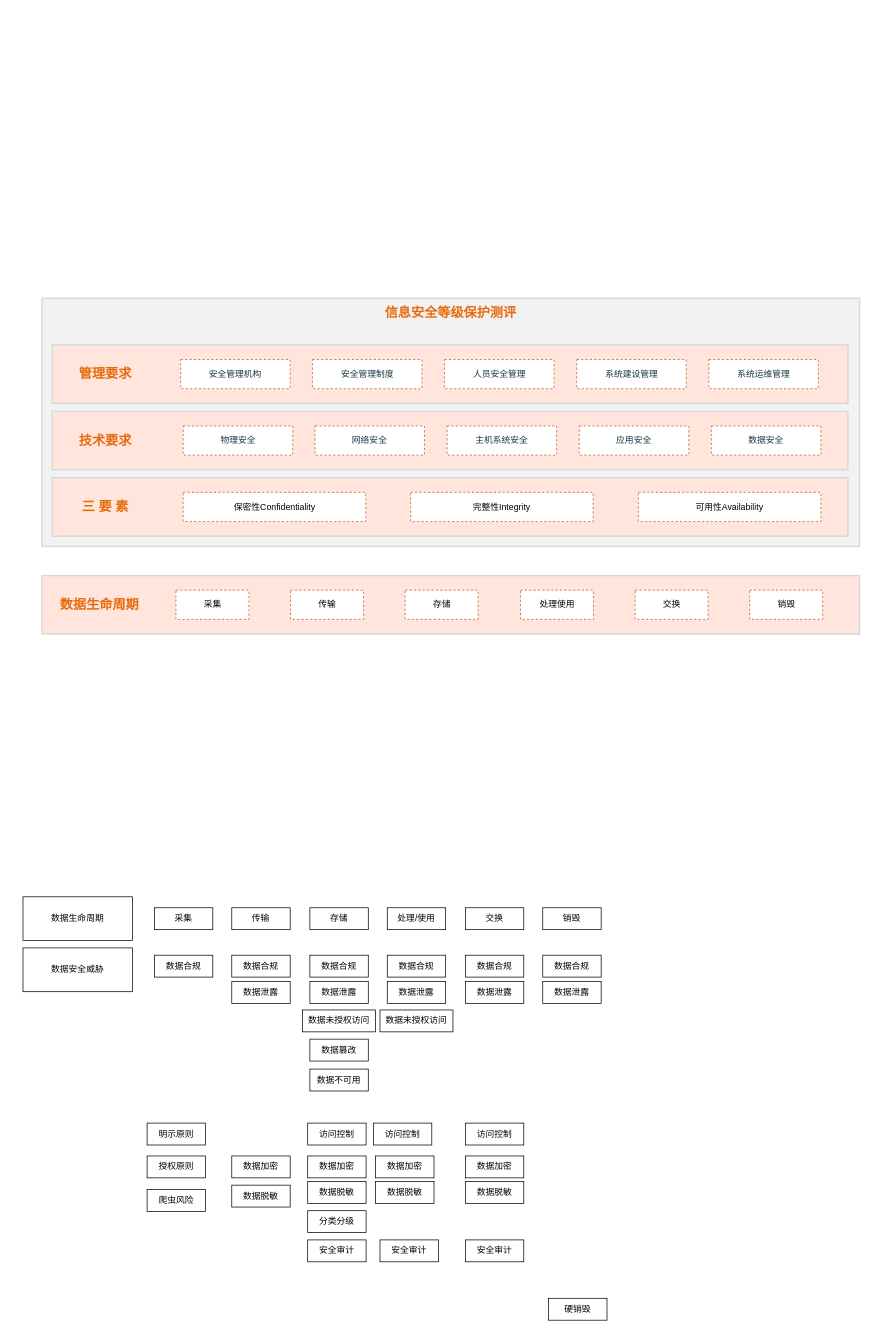
Earlier version of the draw.io diagram 数据安全.drawio (xingzhihe/hello-world). Source tidied: cells renumbered, new cells numbered last; positions are measured from the earlier drawing's top-left corner, leaving out a move shared by most shapes. Both pictures are drawn from the tidied source at 73%, with x=0, y=0 at pixel (23, 298).
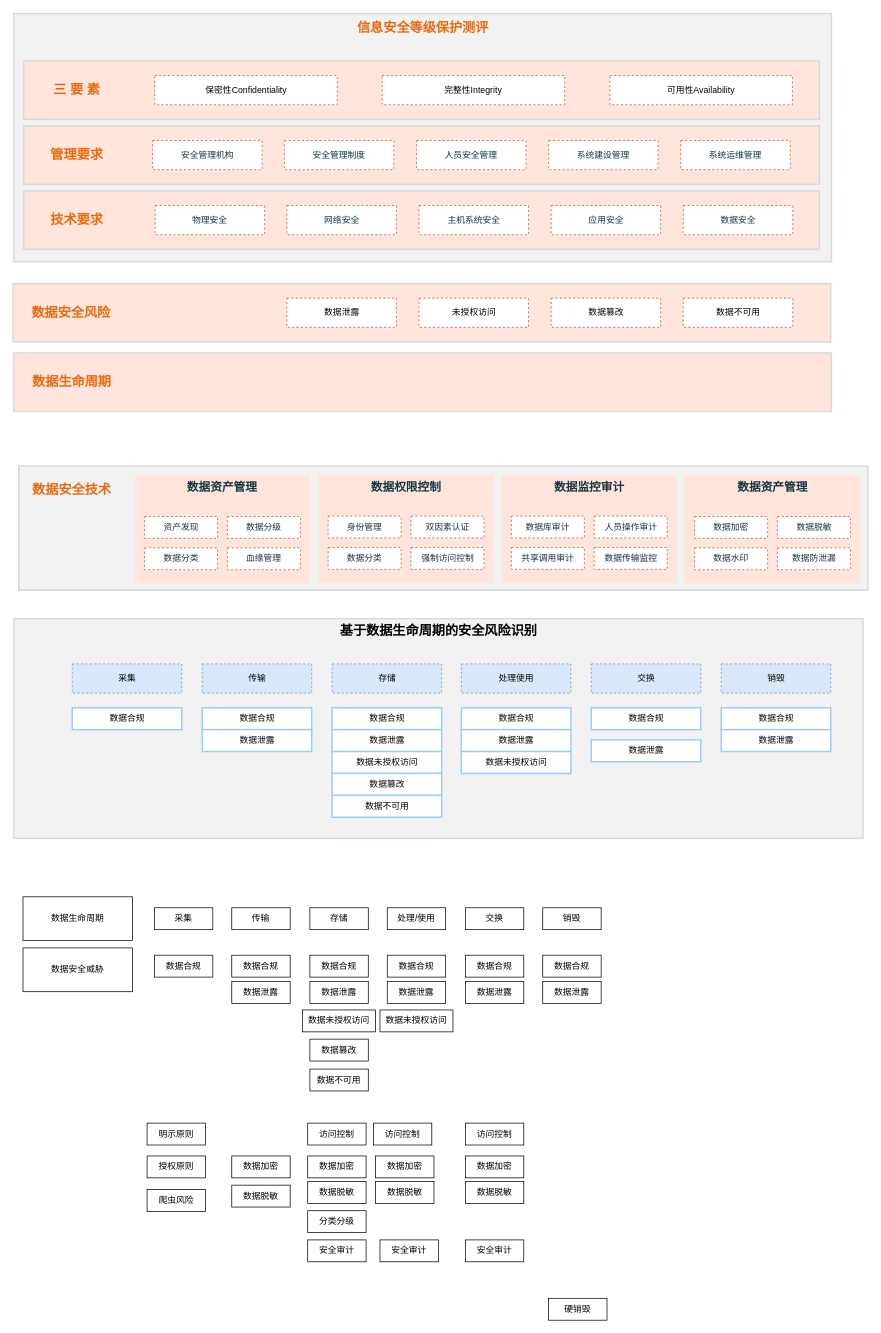
The same diagram, later.

Commit message (it also covers changes not shown here):
更新数据安全.drawio

Diff of the diagram source:
```diff
@@
+    <mxCell id="73" value="基于数据生命周期的安全风险识别" style="whiteSpace=wrap;html=1;fontSize=18;fontStyle=1;strokeWidth=2;fillColor=#F2F2F2;strokeColor=#D9D9D9;verticalAlign=top;" parent="1" vertex="1">
+      <mxGeometry x="-12.5" y="439" width="1163.2" height="301" as="geometry" />
+    </mxCell>
     <mxCell id="2" style="whiteSpace=wrap;html=1;fillColor=#FFE5DB;strokeColor=#D9D9D9;fontSize=18;fontStyle=1;fontColor=#143642;strokeWidth=2;" parent="1" vertex="1">
-      <mxGeometry x="26" y="380" width="1120" height="80" as="geometry" />
+      <mxGeometry x="-12.5" y="75" width="1120" height="80" as="geometry" />
     </mxCell>
     <mxCell id="3" style="whiteSpace=wrap;html=1;fontSize=18;fontStyle=1;strokeWidth=2;fillColor=#F2F2F2;strokeColor=#D9D9D9;" parent="1" vertex="1">
-      <mxGeometry x="26" width="1120" height="340" as="geometry" />
+      <mxGeometry x="-12.5" y="-390" width="1120" height="340" as="geometry" />
     </mxCell>
@@
     <mxCell id="46" value="信息安全等级保护测评" style="whiteSpace=wrap;html=1;fillColor=none;strokeColor=none;fontStyle=1;fontSize=18;fontColor=#E66B0F;" parent="1" vertex="1">
-      <mxGeometry x="467" width="238" height="40" as="geometry" />
+      <mxGeometry x="428.5" y="-390" width="238" height="40" as="geometry" />
     </mxCell>
     <mxCell id="47" style="whiteSpace=wrap;html=1;fillColor=#FFE5DB;strokeColor=#D9D9D9;fontSize=18;fontStyle=1;fontColor=#143642;strokeWidth=2;" parent="1" vertex="1">
-      <mxGeometry x="40" y="155" width="1090" height="80" as="geometry" />
+      <mxGeometry x="1" y="-147" width="1090" height="80" as="geometry" />
     </mxCell>
     <mxCell id="48" value="技术要求" style="whiteSpace=wrap;html=1;fillColor=none;strokeColor=none;fontSize=18;fontStyle=1;fontColor=#E66B0F;" parent="1" vertex="1">
-      <mxGeometry x="52.5" y="175" width="120" height="40" as="geometry" />
+      <mxGeometry x="14" y="-127" width="120" height="40" as="geometry" />
     </mxCell>
     <mxCell id="49" value="&lt;span style=&quot;color: rgb(20 , 54 , 66)&quot;&gt;物理安全&lt;/span&gt;" style="whiteSpace=wrap;html=1;strokeColor=#BB5933;dashed=1;" parent="1" vertex="1">
-      <mxGeometry x="219.5" y="175" width="150" height="40" as="geometry" />
+      <mxGeometry x="181" y="-127" width="150" height="40" as="geometry" />
     </mxCell>
     <mxCell id="50" value="&lt;span style=&quot;color: rgb(20 , 54 , 66)&quot;&gt;网络安全&lt;/span&gt;" style="whiteSpace=wrap;html=1;strokeColor=#BB5933;dashed=1;" parent="1" vertex="1">
-      <mxGeometry x="400" y="175" width="150" height="40" as="geometry" />
+      <mxGeometry x="361.5" y="-127" width="150" height="40" as="geometry" />
     </mxCell>
     <mxCell id="51" value="&lt;span style=&quot;color: rgb(20 , 54 , 66)&quot;&gt;主机系统安全&lt;/span&gt;" style="whiteSpace=wrap;html=1;strokeColor=#BB5933;dashed=1;" parent="1" vertex="1">
-      <mxGeometry x="581" y="175" width="150" height="40" as="geometry" />
+      <mxGeometry x="542.5" y="-127" width="150" height="40" as="geometry" />
     </mxCell>
     <mxCell id="52" value="&lt;span style=&quot;color: rgb(20 , 54 , 66)&quot;&gt;应用安全&lt;/span&gt;" style="whiteSpace=wrap;html=1;strokeColor=#BB5933;dashed=1;" parent="1" vertex="1">
-      <mxGeometry x="762" y="175" width="150" height="40" as="geometry" />
+      <mxGeometry x="723.5" y="-127" width="150" height="40" as="geometry" />
     </mxCell>
     <mxCell id="53" value="&lt;span style=&quot;color: rgb(20 , 54 , 66)&quot;&gt;数据安全&lt;/span&gt;" style="whiteSpace=wrap;html=1;strokeColor=#BB5933;dashed=1;" parent="1" vertex="1">
-      <mxGeometry x="943" y="175" width="150" height="40" as="geometry" />
+      <mxGeometry x="904.5" y="-127" width="150" height="40" as="geometry" />
     </mxCell>
     <mxCell id="54" value="数据生命周期" style="whiteSpace=wrap;html=1;fillColor=none;strokeColor=none;fontSize=18;fontStyle=1;fontColor=#E66B0F;" parent="1" vertex="1">
-      <mxGeometry x="45" y="400" width="120" height="40" as="geometry" />
+      <mxGeometry x="6.5" y="95" width="120" height="40" as="geometry" />
     </mxCell>
-    <mxCell id="55" value="采集" style="whiteSpace=wrap;html=1;strokeColor=#BB5933;dashed=1;" parent="1" vertex="1">
-      <mxGeometry x="209.5" y="400" width="100" height="40" as="geometry" />
+    <mxCell id="55" value="采集" style="whiteSpace=wrap;html=1;strokeColor=#6c8ebf;dashed=1;fillColor=#dae8fc;" parent="1" vertex="1">
+      <mxGeometry x="67.5" y="501" width="150" height="40" as="geometry" />
     </mxCell>
-    <mxCell id="56" value="传输" style="whiteSpace=wrap;html=1;strokeColor=#BB5933;dashed=1;" parent="1" vertex="1">
-      <mxGeometry x="366.5" y="400" width="100" height="40" as="geometry" />
+    <mxCell id="56" value="传输" style="whiteSpace=wrap;html=1;strokeColor=#6c8ebf;dashed=1;fillColor=#dae8fc;" parent="1" vertex="1">
+      <mxGeometry x="245.5" y="501" width="150" height="40" as="geometry" />
     </mxCell>
-    <mxCell id="57" value="存储" style="whiteSpace=wrap;html=1;strokeColor=#BB5933;dashed=1;" parent="1" vertex="1">
-      <mxGeometry x="523.5" y="400" width="100" height="40" as="geometry" />
+    <mxCell id="57" value="存储" style="whiteSpace=wrap;html=1;strokeColor=#6c8ebf;dashed=1;fillColor=#dae8fc;" parent="1" vertex="1">
+      <mxGeometry x="423.5" y="501" width="150" height="40" as="geometry" />
     </mxCell>
-    <mxCell id="58" value="处理使用" style="whiteSpace=wrap;html=1;strokeColor=#BB5933;dashed=1;" parent="1" vertex="1">
-      <mxGeometry x="681.5" y="400" width="100" height="40" as="geometry" />
+    <mxCell id="58" value="处理使用" style="whiteSpace=wrap;html=1;strokeColor=#6c8ebf;dashed=1;fillColor=#dae8fc;" parent="1" vertex="1">
+      <mxGeometry x="600.5" y="501" width="150" height="40" as="geometry" />
     </mxCell>
-    <mxCell id="59" value="交换" style="whiteSpace=wrap;html=1;strokeColor=#BB5933;dashed=1;" parent="1" vertex="1">
-      <mxGeometry x="838.5" y="400" width="100" height="40" as="geometry" />
+    <mxCell id="59" value="交换" style="whiteSpace=wrap;html=1;strokeColor=#6c8ebf;dashed=1;fillColor=#dae8fc;" parent="1" vertex="1">
+      <mxGeometry x="778.5" y="501" width="150" height="40" as="geometry" />
     </mxCell>
-    <mxCell id="60" value="销毁" style="whiteSpace=wrap;html=1;strokeColor=#BB5933;dashed=1;" parent="1" vertex="1">
-      <mxGeometry x="995.5" y="400" width="100" height="40" as="geometry" />
+    <mxCell id="60" value="销毁" style="whiteSpace=wrap;html=1;strokeColor=#6c8ebf;dashed=1;fillColor=#dae8fc;" parent="1" vertex="1">
+      <mxGeometry x="956.5" y="501" width="150" height="40" as="geometry" />
     </mxCell>
     <mxCell id="61" style="whiteSpace=wrap;html=1;fillColor=#FFE5DB;strokeColor=#D9D9D9;fontSize=18;fontStyle=1;fontColor=#143642;strokeWidth=2;" parent="1" vertex="1">
-      <mxGeometry x="40" y="64" width="1090" height="80" as="geometry" />
+      <mxGeometry x="1" y="-236" width="1090" height="80" as="geometry" />
     </mxCell>
     <mxCell id="62" value="管理要求" style="whiteSpace=wrap;html=1;fillColor=none;strokeColor=none;fontSize=18;fontStyle=1;fontColor=#E66B0F;" parent="1" vertex="1">
-      <mxGeometry x="52.5" y="84" width="120" height="40" as="geometry" />
+      <mxGeometry x="14" y="-216" width="120" height="40" as="geometry" />
     </mxCell>
     <mxCell id="63" value="&lt;span style=&quot;color: rgb(20 , 54 , 66)&quot;&gt;安全管理机构&lt;/span&gt;" style="whiteSpace=wrap;html=1;strokeColor=#BB5933;dashed=1;" parent="1" vertex="1">
-      <mxGeometry x="216" y="84" width="150" height="40" as="geometry" />
+      <mxGeometry x="177.5" y="-216" width="150" height="40" as="geometry" />
     </mxCell>
     <mxCell id="64" value="&lt;span style=&quot;color: rgb(20 , 54 , 66)&quot;&gt;安全管理制度&lt;/span&gt;" style="whiteSpace=wrap;html=1;strokeColor=#BB5933;dashed=1;" parent="1" vertex="1">
-      <mxGeometry x="396.5" y="84" width="150" height="40" as="geometry" />
+      <mxGeometry x="358" y="-216" width="150" height="40" as="geometry" />
     </mxCell>
     <mxCell id="65" value="&lt;span style=&quot;color: rgb(20 , 54 , 66)&quot;&gt;人员安全管理&lt;/span&gt;" style="whiteSpace=wrap;html=1;strokeColor=#BB5933;dashed=1;" parent="1" vertex="1">
-      <mxGeometry x="577.5" y="84" width="150" height="40" as="geometry" />
+      <mxGeometry x="539" y="-216" width="150" height="40" as="geometry" />
     </mxCell>
     <mxCell id="66" value="&lt;span style=&quot;color: rgb(20 , 54 , 66)&quot;&gt;系统建设管理&lt;/span&gt;" style="whiteSpace=wrap;html=1;strokeColor=#BB5933;dashed=1;" parent="1" vertex="1">
-      <mxGeometry x="758.5" y="84" width="150" height="40" as="geometry" />
+      <mxGeometry x="720" y="-216" width="150" height="40" as="geometry" />
     </mxCell>
     <mxCell id="67" value="&lt;span style=&quot;color: rgb(20 , 54 , 66)&quot;&gt;系统运维管理&lt;/span&gt;" style="whiteSpace=wrap;html=1;strokeColor=#BB5933;dashed=1;" parent="1" vertex="1">
-      <mxGeometry x="939.5" y="84" width="150" height="40" as="geometry" />
+      <mxGeometry x="901" y="-216" width="150" height="40" as="geometry" />
     </mxCell>
     <mxCell id="68" style="whiteSpace=wrap;html=1;fillColor=#FFE5DB;strokeColor=#D9D9D9;fontSize=18;fontStyle=1;fontColor=#143642;strokeWidth=2;" parent="1" vertex="1">
-      <mxGeometry x="40" y="246" width="1090" height="80" as="geometry" />
+      <mxGeometry x="1" y="-325" width="1090" height="80" as="geometry" />
     </mxCell>
     <mxCell id="69" value="三 要 素" style="whiteSpace=wrap;html=1;fillColor=none;strokeColor=none;fontSize=18;fontStyle=1;fontColor=#E66B0F;" parent="1" vertex="1">
-      <mxGeometry x="52.5" y="266" width="120" height="40" as="geometry" />
+      <mxGeometry x="13.5" y="-305" width="120" height="40" as="geometry" />
     </mxCell>
     <mxCell id="70" value="保密性Confidentiality" style="whiteSpace=wrap;html=1;strokeColor=#BB5933;dashed=1;" parent="1" vertex="1">
-      <mxGeometry x="219.5" y="266" width="250" height="40" as="geometry" />
+      <mxGeometry x="180.5" y="-305" width="250" height="40" as="geometry" />
     </mxCell>
     <mxCell id="71" value="完整性Integrity" style="whiteSpace=wrap;html=1;strokeColor=#BB5933;dashed=1;" parent="1" vertex="1">
-      <mxGeometry x="531" y="266" width="250" height="40" as="geometry" />
+      <mxGeometry x="492" y="-305" width="250" height="40" as="geometry" />
     </mxCell>
     <mxCell id="72" value="可用性Availability" style="whiteSpace=wrap;html=1;strokeColor=#BB5933;dashed=1;" parent="1" vertex="1">
-      <mxGeometry x="843" y="266" width="250" height="40" as="geometry" />
+      <mxGeometry x="804" y="-305" width="250" height="40" as="geometry" />
     </mxCell>
+    <mxCell id="74" style="whiteSpace=wrap;html=1;fillColor=#FFE5DB;strokeColor=#D9D9D9;fontSize=18;fontStyle=1;fontColor=#143642;strokeWidth=2;" parent="1" vertex="1">
+      <mxGeometry x="-13.5" y="-20" width="1120" height="80" as="geometry" />
+    </mxCell>
+    <mxCell id="75" value="数据安全风险" style="whiteSpace=wrap;html=1;fillColor=none;strokeColor=none;fontSize=18;fontStyle=1;fontColor=#E66B0F;" parent="1" vertex="1">
+      <mxGeometry x="5.5" width="120" height="40" as="geometry" />
+    </mxCell>
+    <mxCell id="76" value="数据合规" style="whiteSpace=wrap;html=1;strokeColor=#99CCFF;strokeWidth=2;" parent="1" vertex="1">
+      <mxGeometry x="67.5" y="561" width="150" height="30" as="geometry" />
+    </mxCell>
+    <mxCell id="77" value="数据泄露" style="whiteSpace=wrap;html=1;strokeColor=#BB5933;dashed=1;" parent="1" vertex="1">
+      <mxGeometry x="361.5" width="150" height="40" as="geometry" />
+    </mxCell>
+    <mxCell id="78" value="未授权访问" style="whiteSpace=wrap;html=1;strokeColor=#BB5933;dashed=1;" parent="1" vertex="1">
+      <mxGeometry x="542.5" width="150" height="40" as="geometry" />
+    </mxCell>
+    <mxCell id="79" value="数据篡改" style="whiteSpace=wrap;html=1;strokeColor=#BB5933;dashed=1;" parent="1" vertex="1">
+      <mxGeometry x="723.5" width="150" height="40" as="geometry" />
+    </mxCell>
+    <mxCell id="80" value="数据不可用" style="whiteSpace=wrap;html=1;strokeColor=#BB5933;dashed=1;" parent="1" vertex="1">
+      <mxGeometry x="904.5" width="150" height="40" as="geometry" />
+    </mxCell>
+    <mxCell id="81" style="whiteSpace=wrap;html=1;fontSize=18;fontStyle=1;strokeWidth=2;fillColor=#F2F2F2;strokeColor=#D9D9D9;" parent="1" vertex="1">
+      <mxGeometry x="-5.8" y="230" width="1163.2" height="170" as="geometry" />
+    </mxCell>
+    <mxCell id="82" value="数据安全技术" style="whiteSpace=wrap;html=1;fontSize=18;fontStyle=1;strokeColor=none;fillColor=none;fontColor=#E66B0F;" parent="1" vertex="1">
+      <mxGeometry x="-4.2" y="230" width="141.5" height="66.5" as="geometry" />
+    </mxCell>
+    <mxCell id="83" style="group;" parent="1" vertex="1">
+      <mxGeometry x="153" y="243" width="240" height="147.5" as="geometry" />
+    </mxCell>
+    <mxCell id="84" value="数据资产管理" style="whiteSpace=wrap;html=1;align=center;verticalAlign=top;fontSize=16;fontStyle=1;fillColor=#FFE5DB;strokeColor=none;fontColor=#143642;" parent="83" vertex="1">
+      <mxGeometry width="240" height="147.5" as="geometry" />
+    </mxCell>
+    <mxCell id="85" value="资产发现" style="whiteSpace=wrap;html=1;fillColor=#FFFFFF;strokeColor=#BB5933;fontColor=#143642;dashed=1;" parent="83" vertex="1">
+      <mxGeometry x="13.5" y="56" width="100" height="30" as="geometry" />
+    </mxCell>
+    <mxCell id="86" value="数据分类" style="whiteSpace=wrap;html=1;fillColor=#FFFFFF;strokeColor=#BB5933;fontColor=#143642;dashed=1;" parent="83" vertex="1">
+      <mxGeometry x="13.5" y="99" width="100" height="30" as="geometry" />
+    </mxCell>
+    <mxCell id="87" value="数据分级" style="whiteSpace=wrap;html=1;fillColor=#FFFFFF;strokeColor=#BB5933;fontColor=#143642;dashed=1;" parent="83" vertex="1">
+      <mxGeometry x="127" y="56" width="100" height="30" as="geometry" />
+    </mxCell>
+    <mxCell id="88" value="血缘管理" style="whiteSpace=wrap;html=1;fillColor=#FFFFFF;strokeColor=#BB5933;fontColor=#143642;dashed=1;" parent="83" vertex="1">
+      <mxGeometry x="127" y="99" width="100" height="30" as="geometry" />
+    </mxCell>
+    <mxCell id="89" style="group;" parent="1" vertex="1">
+      <mxGeometry x="404.5" y="242.5" width="240" height="147.5" as="geometry" />
+    </mxCell>
+    <mxCell id="90" value="数据权限控制" style="whiteSpace=wrap;html=1;align=center;verticalAlign=top;fontSize=16;fontStyle=1;fillColor=#FFE5DB;strokeColor=none;fontColor=#143642;" parent="89" vertex="1">
+      <mxGeometry width="240" height="147.5" as="geometry" />
+    </mxCell>
+    <mxCell id="91" value="身份管理" style="whiteSpace=wrap;html=1;fillColor=#FFFFFF;strokeColor=#BB5933;fontColor=#143642;dashed=1;" parent="89" vertex="1">
+      <mxGeometry x="13.5" y="56" width="100" height="30" as="geometry" />
+    </mxCell>
+    <mxCell id="92" value="数据分类" style="whiteSpace=wrap;html=1;fillColor=#FFFFFF;strokeColor=#BB5933;fontColor=#143642;dashed=1;" parent="89" vertex="1">
+      <mxGeometry x="13.5" y="99" width="100" height="30" as="geometry" />
+    </mxCell>
+    <mxCell id="93" value="双因素认证" style="whiteSpace=wrap;html=1;fillColor=#FFFFFF;strokeColor=#BB5933;fontColor=#143642;dashed=1;" parent="89" vertex="1">
+      <mxGeometry x="127" y="56" width="100" height="30" as="geometry" />
+    </mxCell>
+    <mxCell id="94" value="强制访问控制" style="whiteSpace=wrap;html=1;fillColor=#FFFFFF;strokeColor=#BB5933;fontColor=#143642;dashed=1;" parent="89" vertex="1">
+      <mxGeometry x="127" y="99" width="100" height="30" as="geometry" />
+    </mxCell>
+    <mxCell id="95" style="group;" parent="1" vertex="1">
+      <mxGeometry x="655.5" y="242.5" width="240" height="147.5" as="geometry" />
+    </mxCell>
+    <mxCell id="96" value="数据监控审计" style="whiteSpace=wrap;html=1;align=center;verticalAlign=top;fontSize=16;fontStyle=1;fillColor=#FFE5DB;strokeColor=none;fontColor=#143642;" parent="95" vertex="1">
+      <mxGeometry width="240" height="147.5" as="geometry" />
+    </mxCell>
+    <mxCell id="97" value="数据库审计" style="whiteSpace=wrap;html=1;fillColor=#FFFFFF;strokeColor=#BB5933;fontColor=#143642;dashed=1;" parent="95" vertex="1">
+      <mxGeometry x="13.5" y="56" width="100" height="30" as="geometry" />
+    </mxCell>
+    <mxCell id="98" value="&#10;&#10;&lt;span style=&quot;color: rgb(20, 54, 66); font-family: helvetica; font-size: 12px; font-style: normal; font-weight: 400; letter-spacing: normal; text-align: center; text-indent: 0px; text-transform: none; word-spacing: 0px; background-color: rgb(248, 249, 250); display: inline; float: none;&quot;&gt;共享调用审计&lt;/span&gt;&#10;&#10;" style="whiteSpace=wrap;html=1;fillColor=#FFFFFF;strokeColor=#BB5933;fontColor=#143642;dashed=1;" parent="95" vertex="1">
+      <mxGeometry x="13.5" y="99" width="100" height="30" as="geometry" />
+    </mxCell>
+    <mxCell id="99" value="人员操作审计" style="whiteSpace=wrap;html=1;fillColor=#FFFFFF;strokeColor=#BB5933;fontColor=#143642;dashed=1;" parent="95" vertex="1">
+      <mxGeometry x="127" y="56" width="100" height="30" as="geometry" />
+    </mxCell>
+    <mxCell id="100" value="&#10;&#10;&lt;span style=&quot;color: rgb(20, 54, 66); font-family: helvetica; font-size: 12px; font-style: normal; font-weight: 400; letter-spacing: normal; text-align: center; text-indent: 0px; text-transform: none; word-spacing: 0px; background-color: rgb(248, 249, 250); display: inline; float: none;&quot;&gt;数据传输监控&lt;/span&gt;&#10;&#10;" style="whiteSpace=wrap;html=1;fillColor=#FFFFFF;strokeColor=#BB5933;fontColor=#143642;dashed=1;" parent="95" vertex="1">
+      <mxGeometry x="127" y="99" width="100" height="30" as="geometry" />
+    </mxCell>
+    <mxCell id="101" style="group;" parent="1" vertex="1">
+      <mxGeometry x="906.5" y="243" width="240" height="147.5" as="geometry" />
+    </mxCell>
+    <mxCell id="102" value="数据资产管理" style="whiteSpace=wrap;html=1;align=center;verticalAlign=top;fontSize=16;fontStyle=1;fillColor=#FFE5DB;strokeColor=none;fontColor=#143642;" parent="101" vertex="1">
+      <mxGeometry width="240" height="147.5" as="geometry" />
+    </mxCell>
+    <mxCell id="103" value="数据加密" style="whiteSpace=wrap;html=1;fillColor=#FFFFFF;strokeColor=#BB5933;fontColor=#143642;dashed=1;" parent="101" vertex="1">
+      <mxGeometry x="13.5" y="56" width="100" height="30" as="geometry" />
+    </mxCell>
+    <mxCell id="104" value="数据水印" style="whiteSpace=wrap;html=1;fillColor=#FFFFFF;strokeColor=#BB5933;fontColor=#143642;dashed=1;" parent="101" vertex="1">
+      <mxGeometry x="13.5" y="99" width="100" height="30" as="geometry" />
+    </mxCell>
+    <mxCell id="105" value="数据脱敏" style="whiteSpace=wrap;html=1;fillColor=#FFFFFF;strokeColor=#BB5933;fontColor=#143642;dashed=1;" parent="101" vertex="1">
+      <mxGeometry x="127" y="56" width="100" height="30" as="geometry" />
+    </mxCell>
+    <mxCell id="106" value="数据防泄漏" style="whiteSpace=wrap;html=1;fillColor=#FFFFFF;strokeColor=#BB5933;fontColor=#143642;dashed=1;" parent="101" vertex="1">
+      <mxGeometry x="127" y="99" width="100" height="30" as="geometry" />
+    </mxCell>
+    <mxCell id="107" value="数据合规" style="whiteSpace=wrap;html=1;strokeColor=#99CCFF;strokeWidth=2;" parent="1" vertex="1">
+      <mxGeometry x="245.5" y="561" width="150" height="30" as="geometry" />
+    </mxCell>
+    <mxCell id="108" value="数据合规" style="whiteSpace=wrap;html=1;strokeColor=#99CCFF;strokeWidth=2;" parent="1" vertex="1">
+      <mxGeometry x="423.5" y="561" width="150" height="30" as="geometry" />
+    </mxCell>
+    <mxCell id="109" value="数据合规" style="whiteSpace=wrap;html=1;strokeColor=#99CCFF;strokeWidth=2;" parent="1" vertex="1">
+      <mxGeometry x="600.5" y="561" width="150" height="30" as="geometry" />
+    </mxCell>
+    <mxCell id="110" value="数据合规" style="whiteSpace=wrap;html=1;strokeColor=#99CCFF;strokeWidth=2;" parent="1" vertex="1">
+      <mxGeometry x="778.5" y="561" width="150" height="30" as="geometry" />
+    </mxCell>
+    <mxCell id="111" value="数据合规" style="whiteSpace=wrap;html=1;strokeColor=#99CCFF;strokeWidth=2;" parent="1" vertex="1">
+      <mxGeometry x="956.5" y="561" width="150" height="30" as="geometry" />
+    </mxCell>
+    <mxCell id="112" value="数据泄露" style="whiteSpace=wrap;html=1;strokeColor=#99CCFF;strokeWidth=2;" parent="1" vertex="1">
+      <mxGeometry x="245.5" y="591" width="150" height="30" as="geometry" />
+    </mxCell>
+    <mxCell id="113" value="数据泄露" style="whiteSpace=wrap;html=1;strokeColor=#99CCFF;strokeWidth=2;" parent="1" vertex="1">
+      <mxGeometry x="423.5" y="591" width="150" height="30" as="geometry" />
+    </mxCell>
+    <mxCell id="114" value="数据未授权访问" style="whiteSpace=wrap;html=1;strokeColor=#99CCFF;strokeWidth=2;" parent="1" vertex="1">
+      <mxGeometry x="423.5" y="621" width="150" height="30" as="geometry" />
+    </mxCell>
+    <mxCell id="115" value="数据篡改" style="whiteSpace=wrap;html=1;strokeColor=#99CCFF;strokeWidth=2;" parent="1" vertex="1">
+      <mxGeometry x="423.5" y="651" width="150" height="30" as="geometry" />
+    </mxCell>
+    <mxCell id="116" value="数据不可用" style="whiteSpace=wrap;html=1;strokeColor=#99CCFF;strokeWidth=2;" parent="1" vertex="1">
+      <mxGeometry x="423.5" y="681" width="150" height="30" as="geometry" />
+    </mxCell>
+    <mxCell id="117" value="数据泄露" style="whiteSpace=wrap;html=1;strokeColor=#99CCFF;strokeWidth=2;" parent="1" vertex="1">
+      <mxGeometry x="600.5" y="591" width="150" height="30" as="geometry" />
+    </mxCell>
+    <mxCell id="118" value="数据未授权访问" style="whiteSpace=wrap;html=1;strokeColor=#99CCFF;strokeWidth=2;" parent="1" vertex="1">
+      <mxGeometry x="600.5" y="621" width="150" height="30" as="geometry" />
+    </mxCell>
+    <mxCell id="119" value="数据泄露" style="whiteSpace=wrap;html=1;strokeColor=#99CCFF;strokeWidth=2;" parent="1" vertex="1">
+      <mxGeometry x="778.5" y="605" width="150" height="30" as="geometry" />
+    </mxCell>
+    <mxCell id="120" value="数据泄露" style="whiteSpace=wrap;html=1;strokeColor=#99CCFF;strokeWidth=2;" parent="1" vertex="1">
+      <mxGeometry x="956.5" y="591" width="150" height="30" as="geometry" />
+    </mxCell>
```
